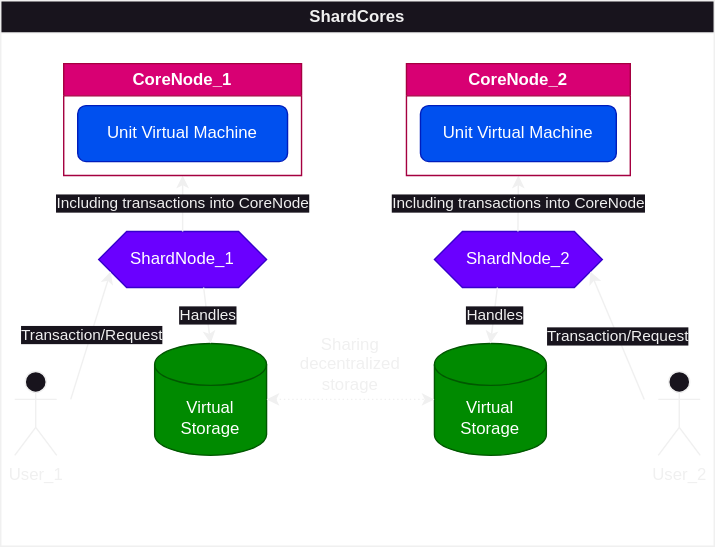
Earlier version of the draw.io export whitePaper/static/shard_core.drawio.svg (Unit-chain/whitepaper). Source tidied: cells renumbered, new cells last; positions are measured from the earlier drawing's top-left corner, leaving out a move shared by most shapes. Source of this version:
```xml
<mxGraphModel>
  <root>
    <mxCell id="0" />
    <mxCell id="1" parent="0" />
    <mxCell id="2" value="ShardNode_1" style="shape=hexagon;perimeter=hexagonPerimeter2;whiteSpace=wrap;html=1;fixedSize=1;fillColor=#6a00ff;fontColor=#ffffff;strokeColor=#3700CC;" parent="1" vertex="1">
      <mxGeometry x="70" y="165" width="120" height="40" as="geometry" />
    </mxCell>
    <mxCell id="3" style="endArrow=classic;html=1;rounded=0;exitX=0.5;exitY=0;exitDx=0;exitDy=0;entryX=0.5;entryY=1;entryDx=0;entryDy=0;" parent="1" edge="1" source="2" target="21">
      <mxGeometry relative="1" as="geometry" />
    </mxCell>
    <mxCell id="4" value="Including transactions into CoreNode" style="edgeLabel;html=1;align=center;verticalAlign=middle;" parent="3" vertex="1">
      <mxGeometry relative="1" as="geometry" />
    </mxCell>
    <mxCell id="5" value="Virtual&lt;br&gt;Storage" style="shape=cylinder3;whiteSpace=wrap;html=1;boundedLbl=1;backgroundOutline=1;size=15;fillColor=#008a00;fontColor=#ffffff;strokeColor=#005700;" parent="1" vertex="1">
      <mxGeometry x="110" y="245" width="80" height="80" as="geometry" />
    </mxCell>
    <mxCell id="6" value="ShardNode_2" style="shape=hexagon;perimeter=hexagonPerimeter2;whiteSpace=wrap;html=1;fixedSize=1;fillColor=#6a00ff;fontColor=#ffffff;strokeColor=#3700CC;" parent="1" vertex="1">
      <mxGeometry x="310" y="165" width="120" height="40" as="geometry" />
    </mxCell>
    <mxCell id="7" value="Virtual&lt;br&gt;Storage" style="shape=cylinder3;whiteSpace=wrap;html=1;boundedLbl=1;backgroundOutline=1;size=15;fillColor=#008a00;fontColor=#ffffff;strokeColor=#005700;" parent="1" vertex="1">
      <mxGeometry x="310" y="245" width="80" height="80" as="geometry" />
    </mxCell>
    <mxCell id="8" style="endArrow=classic;html=1;rounded=0;exitX=0.5;exitY=0;exitDx=0;exitDy=0;entryX=0.5;entryY=1;entryDx=0;entryDy=0;" parent="1" edge="1" target="23">
      <mxGeometry relative="1" as="geometry">
        <mxPoint x="369.7" y="165" as="sourcePoint" />
      </mxGeometry>
    </mxCell>
    <mxCell id="9" value="Including transactions into CoreNode" style="edgeLabel;html=1;align=center;verticalAlign=middle;" parent="8" vertex="1">
      <mxGeometry relative="1" as="geometry" />
    </mxCell>
    <mxCell id="10" style="endArrow=classic;html=1;rounded=0;exitX=0.625;exitY=1;exitDx=0;exitDy=0;entryX=0.5;entryY=0;entryDx=0;entryDy=0;entryPerimeter=0;" parent="1" edge="1" source="2" target="5">
      <mxGeometry relative="1" as="geometry" />
    </mxCell>
    <mxCell id="11" value="Handles" style="edgeLabel;html=1;align=center;verticalAlign=middle;" parent="10" vertex="1">
      <mxGeometry relative="1" as="geometry" />
    </mxCell>
    <mxCell id="12" style="endArrow=classic;html=1;rounded=0;exitX=0.375;exitY=1;exitDx=0;exitDy=0;entryX=0.5;entryY=0;entryDx=0;entryDy=0;entryPerimeter=0;" parent="1" edge="1" source="6" target="7">
      <mxGeometry relative="1" as="geometry" />
    </mxCell>
    <mxCell id="13" value="Handles" style="edgeLabel;html=1;align=center;verticalAlign=middle;" parent="12" vertex="1">
      <mxGeometry relative="1" as="geometry" />
    </mxCell>
    <mxCell id="14" style="endArrow=classic;startArrow=classic;html=1;rounded=0;exitX=1;exitY=0.5;exitDx=0;exitDy=0;exitPerimeter=0;entryX=0;entryY=0.5;entryDx=0;entryDy=0;entryPerimeter=0;dashed=1;dashPattern=1 2;" parent="1" edge="1" source="5" target="7">
      <mxGeometry relative="1" as="geometry" />
    </mxCell>
    <mxCell id="15" value="Sharing decentralized storage" style="text;html=1;strokeColor=none;fillColor=none;align=center;verticalAlign=middle;whiteSpace=wrap;rounded=0;" parent="1" vertex="1">
      <mxGeometry x="210" y="235" width="80" height="50" as="geometry" />
    </mxCell>
    <mxCell id="16" value="ShardCores" style="swimlane;whiteSpace=wrap;html=1;" parent="1" vertex="1">
      <mxGeometry width="510" height="390" as="geometry" />
    </mxCell>
    <mxCell id="17" style="endArrow=classic;html=1;rounded=0;entryX=1;entryY=0.75;entryDx=0;entryDy=0;" parent="16" edge="1" target="6">
      <mxGeometry relative="1" as="geometry">
        <mxPoint x="460" y="285" as="sourcePoint" />
      </mxGeometry>
    </mxCell>
    <mxCell id="18" value="Transaction/Request" style="edgeLabel;html=1;align=center;verticalAlign=middle;" parent="17" vertex="1">
      <mxGeometry relative="1" as="geometry" />
    </mxCell>
    <mxCell id="19" value="User_1" style="shape=umlActor;verticalLabelPosition=bottom;verticalAlign=top;html=1;" parent="16" vertex="1">
      <mxGeometry x="10" y="265" width="30" height="60" as="geometry" />
    </mxCell>
    <mxCell id="20" value="User_2" style="shape=umlActor;verticalLabelPosition=bottom;verticalAlign=top;html=1;" parent="16" vertex="1">
      <mxGeometry x="470" y="265" width="30" height="60" as="geometry" />
    </mxCell>
    <mxCell id="21" value="CoreNode_1" style="swimlane;whiteSpace=wrap;html=1;fillColor=#d80073;fontColor=#ffffff;strokeColor=#A50040;" parent="16" vertex="1">
      <mxGeometry x="45" y="45" width="170" height="80" as="geometry" />
    </mxCell>
    <mxCell id="22" value="Unit Virtual Machine" style="rounded=1;whiteSpace=wrap;html=1;fillColor=#0050ef;fontColor=#ffffff;strokeColor=#001DBC;" parent="21" vertex="1">
      <mxGeometry x="10" y="30" width="150" height="40" as="geometry" />
    </mxCell>
    <mxCell id="23" value="CoreNode_2" style="swimlane;whiteSpace=wrap;html=1;fillColor=#d80073;fontColor=#ffffff;strokeColor=#A50040;" parent="16" vertex="1">
      <mxGeometry x="290" y="45" width="160" height="80" as="geometry" />
    </mxCell>
    <mxCell id="24" value="Unit Virtual Machine" style="rounded=1;whiteSpace=wrap;html=1;fillColor=#0050ef;fontColor=#ffffff;strokeColor=#001DBC;" parent="23" vertex="1">
      <mxGeometry x="10" y="30" width="140" height="40" as="geometry" />
    </mxCell>
    <mxCell id="25" style="endArrow=classic;html=1;rounded=0;entryX=0;entryY=0.75;entryDx=0;entryDy=0;" parent="1" edge="1" target="2">
      <mxGeometry relative="1" as="geometry">
        <mxPoint x="50" y="285" as="sourcePoint" />
      </mxGeometry>
    </mxCell>
    <mxCell id="26" value="Transaction/Request" style="edgeLabel;html=1;align=center;verticalAlign=middle;" parent="25" vertex="1">
      <mxGeometry relative="1" as="geometry" />
    </mxCell>
  </root>
</mxGraphModel>
```
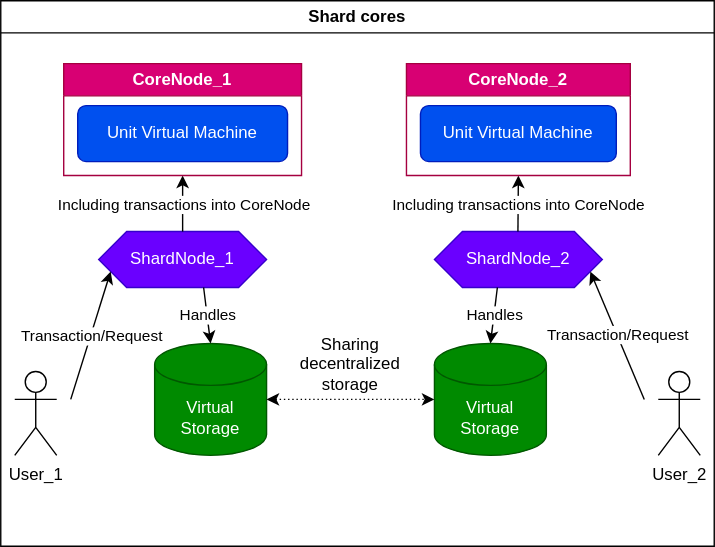
The same diagram one commit later.

What changed in the source:
```diff
@@ -46,7 +46,7 @@
     <mxCell id="15" value="Sharing decentralized storage" style="text;html=1;strokeColor=none;fillColor=none;align=center;verticalAlign=middle;whiteSpace=wrap;rounded=0;" parent="1" vertex="1">
       <mxGeometry x="210" y="235" width="80" height="50" as="geometry" />
     </mxCell>
-    <mxCell id="16" value="ShardCores" style="swimlane;whiteSpace=wrap;html=1;" parent="1" vertex="1">
+    <mxCell id="16" value="Shard сores" style="swimlane;whiteSpace=wrap;html=1;" parent="1" vertex="1">
       <mxGeometry width="510" height="390" as="geometry" />
     </mxCell>
     <mxCell id="17" style="endArrow=classic;html=1;rounded=0;entryX=1;entryY=0.75;entryDx=0;entryDy=0;" parent="16" edge="1" target="6">
```
